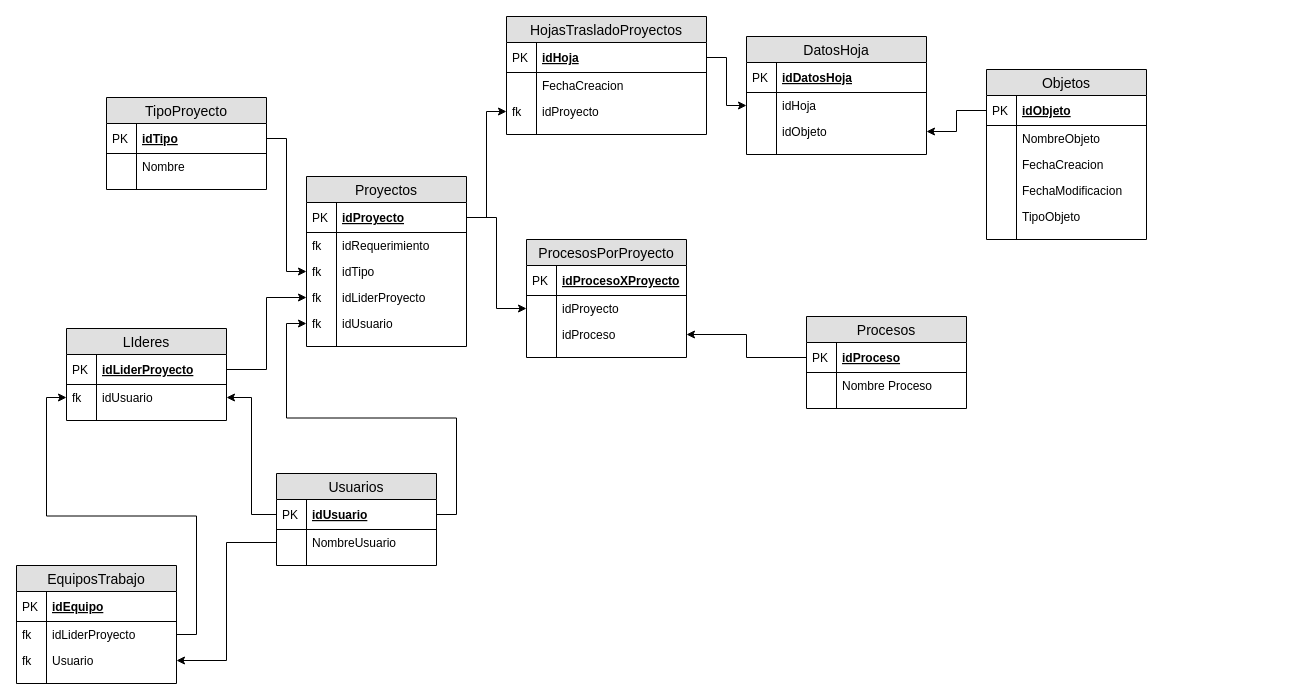
Earlier version of the draw.io diagram DiagramaNuevo.drawio (IrvinDevFlores/RequerimientosPro). Source tidied: cells renumbered, new cells numbered last; positions are measured from the earlier drawing's top-left corner, leaving out a move shared by most shapes. Both pictures are drawn from the tidied source at 100%, with x=0, y=0 at pixel (16, 16).
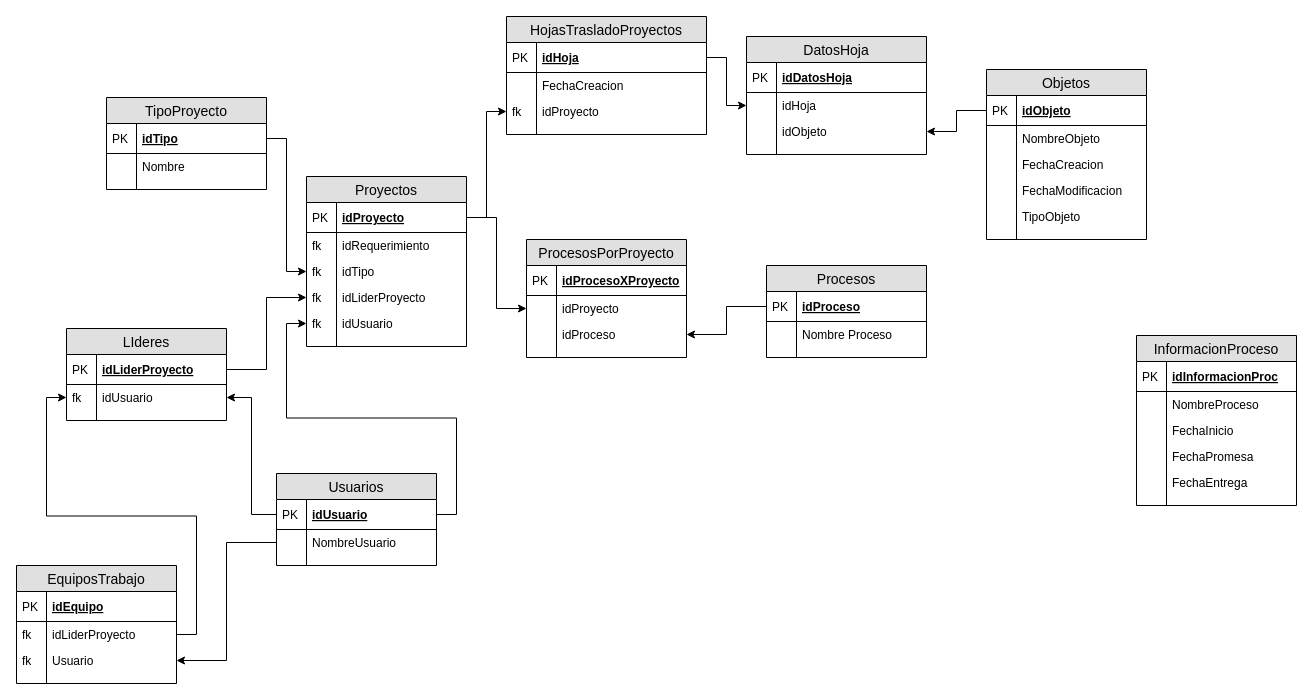
The same diagram, later.

Commit message:
guardando el estado de los procesos

Change to the diagram source:
```diff
@@
     <mxCell id="85" value="Procesos" style="swimlane;fontStyle=0;horizontal=1;startSize=26;fillColor=#e0e0e0;swimlaneFillColor=#ffffff;align=center;fontSize=14;" parent="1" vertex="1">
-      <mxGeometry x="790" y="300" width="160" height="92" as="geometry" />
+      <mxGeometry x="750" y="249" width="160" height="92" as="geometry" />
     </mxCell>
@@
+    <mxCell id="103" value="InformacionProceso" style="swimlane;fontStyle=0;horizontal=1;startSize=26;fillColor=#e0e0e0;swimlaneFillColor=#ffffff;align=center;fontSize=14;" parent="1" vertex="1">
+      <mxGeometry x="1120" y="319" width="160" height="170" as="geometry" />
+    </mxCell>
+    <mxCell id="104" value="idInformacionProc" style="shape=partialRectangle;top=0;left=0;right=0;bottom=1;align=left;verticalAlign=middle;fillColor=none;spacingLeft=34;spacingRight=4;overflow=hidden;fontStyle=5;fontSize=12;" parent="103" vertex="1">
+      <mxGeometry y="26" width="160" height="30" as="geometry" />
+    </mxCell>
+    <mxCell id="105" value="PK" style="shape=partialRectangle;top=0;left=0;bottom=0;fillColor=none;align=left;verticalAlign=middle;spacingLeft=4;spacingRight=4;overflow=hidden;fontSize=12;" parent="104" vertex="1">
+      <mxGeometry width="30" height="30" as="geometry" />
+    </mxCell>
+    <mxCell id="106" value="NombreProceso" style="shape=partialRectangle;top=0;left=0;right=0;bottom=0;align=left;verticalAlign=top;fillColor=none;spacingLeft=34;spacingRight=4;overflow=hidden;fontSize=12;" parent="103" vertex="1">
+      <mxGeometry y="56" width="160" height="26" as="geometry" />
+    </mxCell>
+    <mxCell id="107" style="shape=partialRectangle;top=0;left=0;bottom=0;fillColor=none;align=left;verticalAlign=top;spacingLeft=4;spacingRight=4;overflow=hidden;fontSize=12;" parent="106" vertex="1">
+      <mxGeometry width="30" height="26" as="geometry" />
+    </mxCell>
+    <mxCell id="108" value="FechaInicio" style="shape=partialRectangle;top=0;left=0;right=0;bottom=0;align=left;verticalAlign=top;fillColor=none;spacingLeft=34;spacingRight=4;overflow=hidden;fontSize=12;" parent="103" vertex="1">
+      <mxGeometry y="82" width="160" height="26" as="geometry" />
+    </mxCell>
+    <mxCell id="109" style="shape=partialRectangle;top=0;left=0;bottom=0;fillColor=none;align=left;verticalAlign=top;spacingLeft=4;spacingRight=4;overflow=hidden;fontSize=12;" parent="108" vertex="1">
+      <mxGeometry width="30" height="26" as="geometry" />
+    </mxCell>
+    <mxCell id="110" value="FechaPromesa" style="shape=partialRectangle;top=0;left=0;right=0;bottom=0;align=left;verticalAlign=top;fillColor=none;spacingLeft=34;spacingRight=4;overflow=hidden;fontSize=12;" parent="103" vertex="1">
+      <mxGeometry y="108" width="160" height="26" as="geometry" />
+    </mxCell>
+    <mxCell id="111" style="shape=partialRectangle;top=0;left=0;bottom=0;fillColor=none;align=left;verticalAlign=top;spacingLeft=4;spacingRight=4;overflow=hidden;fontSize=12;" parent="110" vertex="1">
+      <mxGeometry width="30" height="26" as="geometry" />
+    </mxCell>
+    <mxCell id="112" value="FechaEntrega" style="shape=partialRectangle;top=0;left=0;right=0;bottom=0;align=left;verticalAlign=top;fillColor=none;spacingLeft=34;spacingRight=4;overflow=hidden;fontSize=12;" parent="103" vertex="1">
+      <mxGeometry y="134" width="160" height="26" as="geometry" />
+    </mxCell>
+    <mxCell id="113" style="shape=partialRectangle;top=0;left=0;bottom=0;fillColor=none;align=left;verticalAlign=top;spacingLeft=4;spacingRight=4;overflow=hidden;fontSize=12;" parent="112" vertex="1">
+      <mxGeometry width="30" height="26" as="geometry" />
+    </mxCell>
+    <mxCell id="114" style="shape=partialRectangle;top=0;left=0;right=0;bottom=0;align=left;verticalAlign=top;fillColor=none;spacingLeft=34;spacingRight=4;overflow=hidden;fontSize=12;" parent="103" vertex="1">
+      <mxGeometry y="160" width="160" height="10" as="geometry" />
+    </mxCell>
+    <mxCell id="115" style="shape=partialRectangle;top=0;left=0;bottom=0;fillColor=none;align=left;verticalAlign=top;spacingLeft=4;spacingRight=4;overflow=hidden;fontSize=12;" parent="114" vertex="1">
+      <mxGeometry width="30" height="10" as="geometry" />
+    </mxCell>
```
